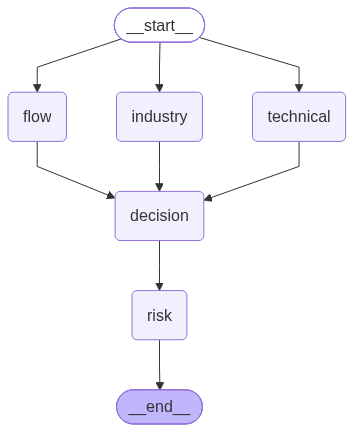
HaDevvy/stock-agent keeps this Mermaid diagram as artifacts/graph.png. Above is the earlier version. Its source is kept beside it as artifacts/graph.mmd.
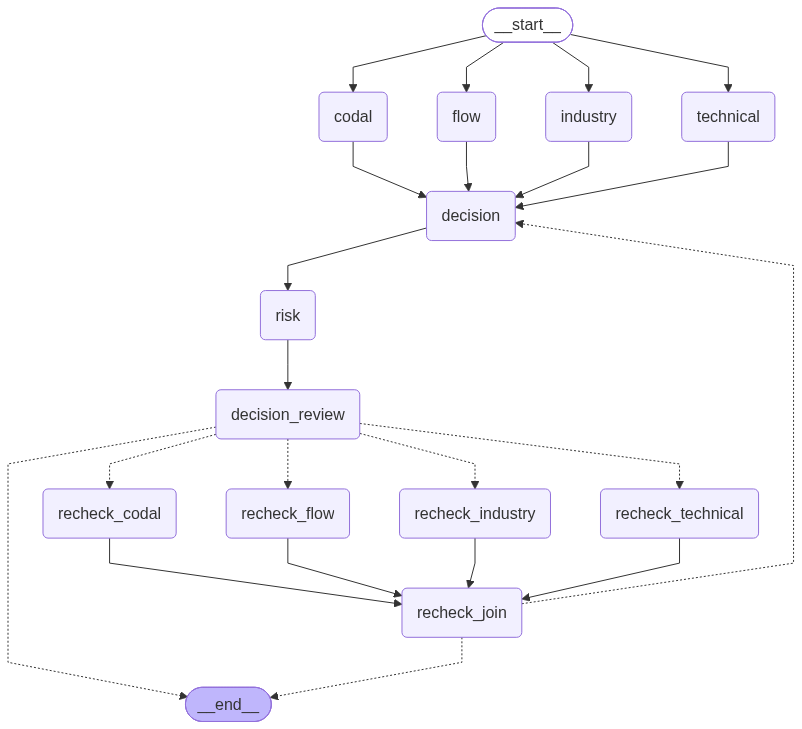
After the commit.

What changed in the source:
```diff
@@ -7,18 +7,38 @@
 	__start__([<p>__start__</p>]):::first
 	technical(technical)
 	flow(flow)
+	codal(codal)
 	industry(industry)
 	decision(decision)
 	risk(risk)
+	decision_review(decision_review)
+	recheck_industry(recheck_industry)
+	recheck_technical(recheck_technical)
+	recheck_flow(recheck_flow)
+	recheck_codal(recheck_codal)
+	recheck_join(recheck_join)
 	__end__([<p>__end__</p>]):::last
+	__start__ --> codal;
 	__start__ --> flow;
 	__start__ --> industry;
 	__start__ --> technical;
+	codal --> decision;
 	decision --> risk;
+	decision_review -.-> __end__;
+	decision_review -.-> recheck_codal;
+	decision_review -.-> recheck_flow;
+	decision_review -.-> recheck_industry;
+	decision_review -.-> recheck_technical;
 	flow --> decision;
 	industry --> decision;
+	recheck_codal --> recheck_join;
+	recheck_flow --> recheck_join;
+	recheck_industry --> recheck_join;
+	recheck_join -.-> __end__;
+	recheck_join -.-> decision;
+	recheck_technical --> recheck_join;
+	risk --> decision_review;
 	technical --> decision;
-	risk --> __end__;
 	classDef default fill:#f2f0ff,line-height:1.2
 	classDef first fill-opacity:0
 	classDef last fill:#bfb6fc
```
